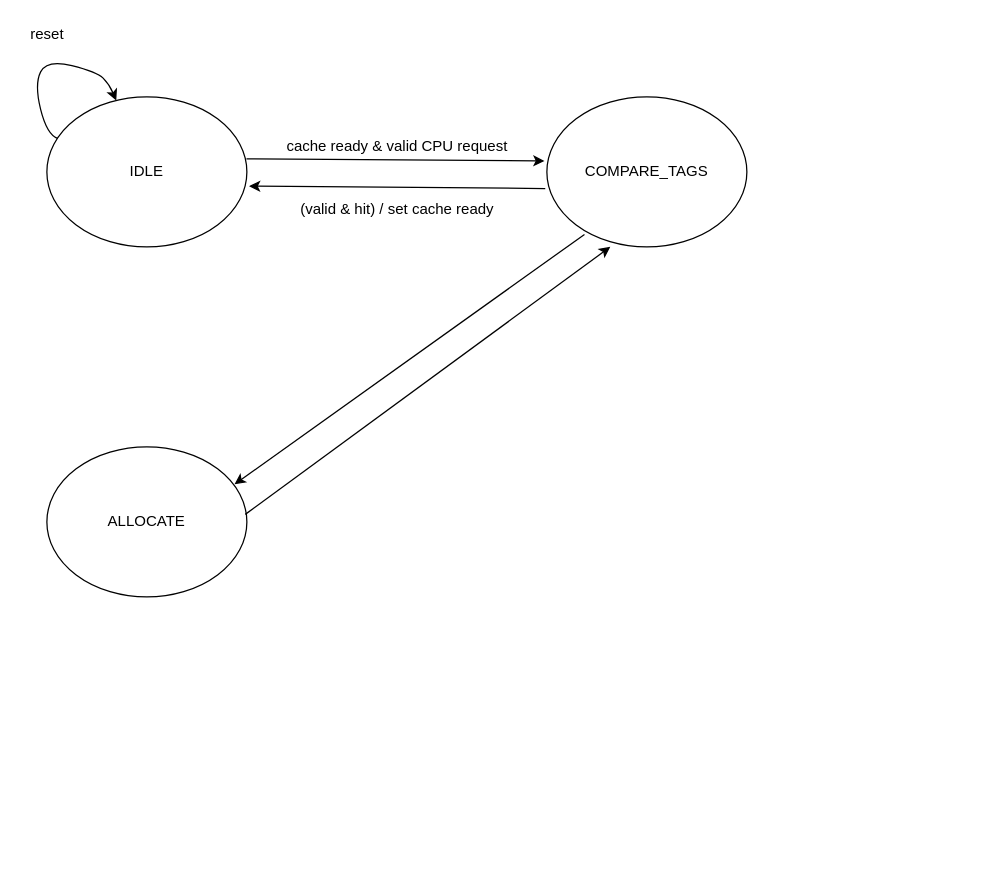
Before: direct-mapped caches FSM.drawio in joshmeiyb/ECE552, a draw.io diagram. Source tidied: cells renumbered, new cells numbered last; positions are measured from the earlier drawing's top-left corner, leaving out a move shared by most shapes. Both pictures are drawn from the tidied source at 125%, with x=0, y=0 at pixel (21, 21).
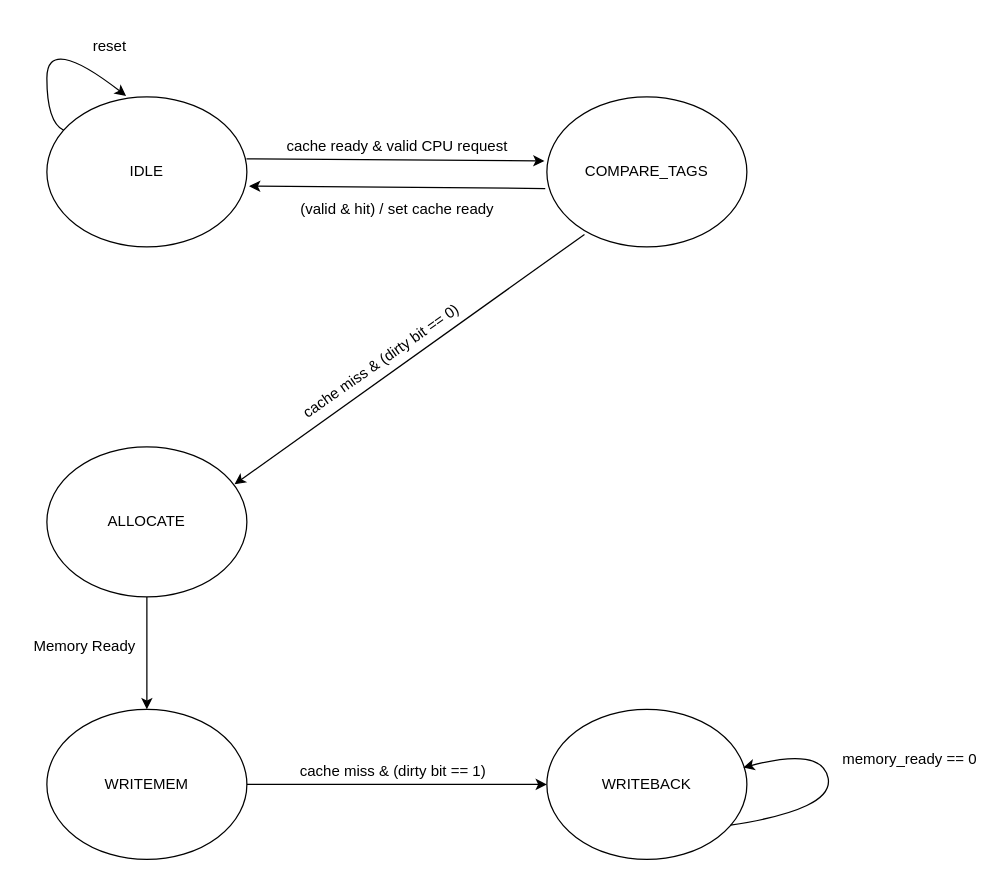
The same page after the edit.

The change refers to these unchanged cells:
```xml
<mxCell id="2" value="IDLE" style="ellipse;whiteSpace=wrap;html=1;" parent="1" vertex="1">
  <mxGeometry x="20" y="60" width="160" height="120" as="geometry" />
</mxCell>
<mxCell id="3" value="COMPARE_TAGS" style="ellipse;whiteSpace=wrap;html=1;" parent="1" vertex="1">
  <mxGeometry x="420" y="60" width="160" height="120" as="geometry" />
</mxCell>
<mxCell id="4" value="ALLOCATE" style="ellipse;whiteSpace=wrap;html=1;" parent="1" vertex="1">
  <mxGeometry x="20" y="340" width="160" height="120" as="geometry" />
</mxCell>
```

The edit, as a diff of the source:
```diff
@@
-    <mxCell id="10" style="endArrow=classic;html=1;rounded=0;exitX=0.992;exitY=0.45;exitDx=0;exitDy=0;exitPerimeter=0;entryX=0.317;entryY=1;entryDx=0;entryDy=0;entryPerimeter=0;" parent="1" edge="1" source="4" target="3">
-      <mxGeometry relative="1" as="geometry" />
+    <mxCell id="10" style="endArrow=classic;html=1;rounded=0;exitX=0.5;exitY=1;exitDx=0;exitDy=0;" parent="1" edge="1" source="4">
+      <mxGeometry relative="1" as="geometry">
+        <mxPoint x="100" y="550" as="targetPoint" />
+      </mxGeometry>
     </mxCell>
+    <mxCell id="12" value="reset" style="text;html=1;align=center;verticalAlign=middle;strokeColor=none;fillColor=none;" parent="1" vertex="1">
+      <mxGeometry x="50" y="10" width="40" height="20" as="geometry" />
+    </mxCell>
+    <mxCell id="13" value="cache miss &amp;amp; (dirty bit == 0)&amp;nbsp;&amp;nbsp;" style="text;html=1;align=center;verticalAlign=middle;strokeColor=none;fillColor=none;rotation=-35;" parent="1" vertex="1">
+      <mxGeometry x="205" y="260" width="170" height="20" as="geometry" />
+    </mxCell>
+    <mxCell id="14" value="Memory Ready" style="text;html=1;align=center;verticalAlign=middle;strokeColor=none;fillColor=none;rotation=0;" parent="1" vertex="1">
+      <mxGeometry y="490" width="100" height="20" as="geometry" />
+    </mxCell>
+    <mxCell id="15" value="WRITEMEM" style="ellipse;whiteSpace=wrap;html=1;" parent="1" vertex="1">
+      <mxGeometry x="20" y="550" width="160" height="120" as="geometry" />
+    </mxCell>
+    <mxCell id="16" value="WRITEBACK" style="ellipse;whiteSpace=wrap;html=1;" parent="1" vertex="1">
+      <mxGeometry x="420" y="550" width="160" height="120" as="geometry" />
+    </mxCell>
+    <mxCell id="17" value="cache miss &amp;amp; (dirty bit == 1)&amp;nbsp;&amp;nbsp;" style="text;html=1;align=center;verticalAlign=middle;strokeColor=none;fillColor=none;rotation=0;" parent="1" vertex="1">
+      <mxGeometry x="215" y="590" width="170" height="20" as="geometry" />
+    </mxCell>
+    <mxCell id="18" style="curved=1;endArrow=classic;html=1;rounded=0;entryX=0.982;entryY=0.388;entryDx=0;entryDy=0;entryPerimeter=0;exitX=0.918;exitY=0.772;exitDx=0;exitDy=0;exitPerimeter=0;" parent="1" edge="1" source="16" target="16">
+      <mxGeometry relative="1" as="geometry">
+        <Array as="points">
+          <mxPoint x="650" y="630" />
+          <mxPoint x="640" y="580" />
+        </Array>
+      </mxGeometry>
+    </mxCell>
-    <mxCell id="11" style="curved=1;endArrow=classic;html=1;rounded=0;" parent="1" edge="1" source="2" target="2">
+    <mxCell id="11" style="curved=1;endArrow=classic;html=1;rounded=0;entryX=0.396;entryY=-0.006;entryDx=0;entryDy=0;entryPerimeter=0;" parent="1" edge="1" source="2" target="2">
       <mxGeometry relative="1" as="geometry">
         <Array as="points">
-          <mxPoint x="20" y="90" />
-          <mxPoint x="10" y="50" />
-          <mxPoint x="20" y="30" />
-          <mxPoint x="60" y="40" />
-          <mxPoint x="70" y="50" />
+          <mxPoint x="20" y="80" />
+          <mxPoint x="20" y="10" />
         </Array>
       </mxGeometry>
     </mxCell>
-    <mxCell id="12" value="reset" style="text;html=1;align=center;verticalAlign=middle;strokeColor=none;fillColor=none;" parent="1" vertex="1">
-      <mxGeometry width="40" height="20" as="geometry" />
-    </mxCell>
+    <mxCell id="19" value="memory_ready == 0" style="text;html=1;align=center;verticalAlign=middle;strokeColor=none;fillColor=none;" parent="1" vertex="1">
+      <mxGeometry x="650" y="580" width="120" height="20" as="geometry" />
+    </mxCell>
+    <mxCell id="20" style="endArrow=classic;html=1;rounded=0;exitX=1;exitY=0.5;exitDx=0;exitDy=0;entryX=0;entryY=0.5;entryDx=0;entryDy=0;" parent="1" edge="1" source="15" target="16">
+      <mxGeometry relative="1" as="geometry" />
+    </mxCell>
```
